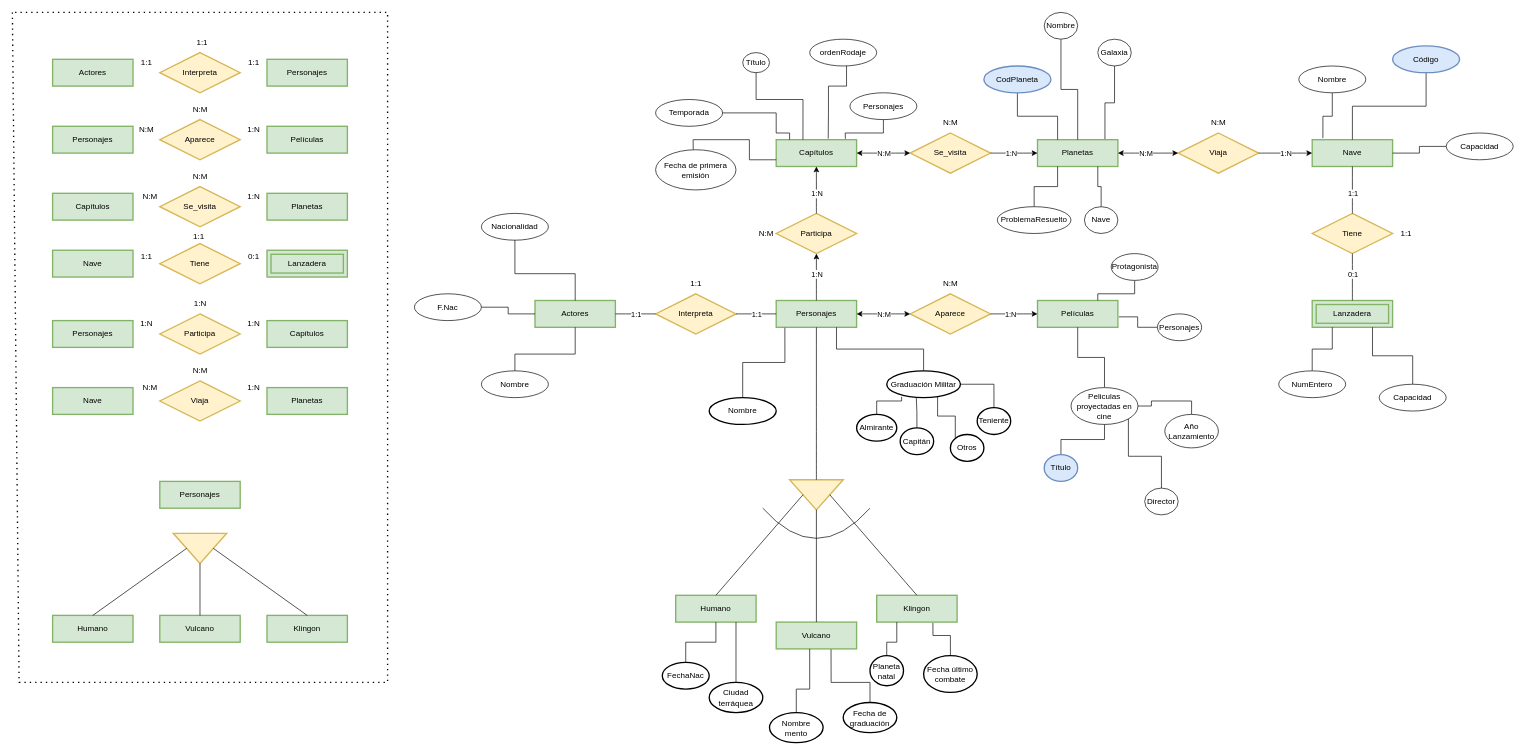
Earlier version of the draw.io diagram page "EJ10" (6 of 6) of Tareas/Tarea3/Tarea3.drawio (JuanManuelMM/Base-Datos). Source tidied: cells renumbered, new cells numbered last; positions are measured from the earlier drawing's top-left corner, leaving out a move shared by most shapes. Both pictures are drawn from the tidied source at 67%, with x=0, y=0 at pixel (12, 12).
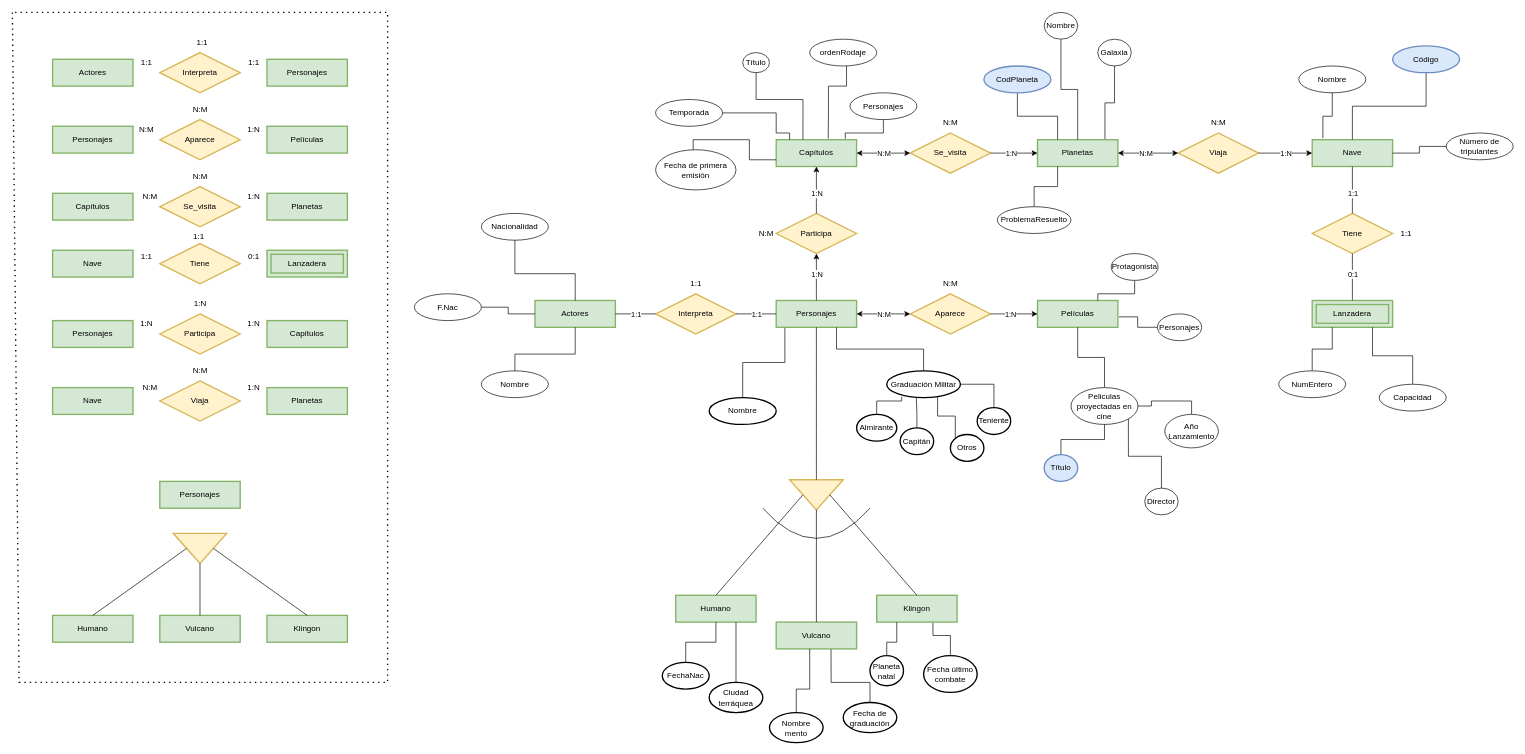
The same diagram, later.

The change refers to these unchanged cells:
```xml
<mxCell id="39" value="Planetas" style="whiteSpace=wrap;html=1;align=center;fillColor=#d5e8d4;strokeColor=#82b366;strokeWidth=2;" parent="1" vertex="1">
  <mxGeometry x="1530" y="190" width="120" height="40" as="geometry" />
</mxCell>
```

The edit, as a diff of the source:
```diff
@@
-    <mxCell id="135" style="edgeStyle=orthogonalEdgeStyle;rounded=0;jettySize=auto;html=1;exitX=0.5;exitY=0;exitDx=0;exitDy=0;entryX=0.75;entryY=1;entryDx=0;entryDy=0;endArrow=none;endFill=0;" parent="1" edge="1" source="136" target="39">
-      <mxGeometry relative="1" as="geometry" />
-    </mxCell>
-    <mxCell id="136" value="Nave" style="ellipse;whiteSpace=wrap;html=1;align=center;" parent="1" vertex="1">
-      <mxGeometry x="1600" y="290" width="50" height="40" as="geometry" />
-    </mxCell>
@@
-    <mxCell id="142" value="Capacidad" style="ellipse;whiteSpace=wrap;html=1;align=center;" parent="1" vertex="1">
+    <mxCell id="142" value="Número de tripulantes" style="ellipse;whiteSpace=wrap;html=1;align=center;" parent="1" vertex="1">
       <mxGeometry x="2140" y="180" width="100" height="40" as="geometry" />
     </mxCell>
```
